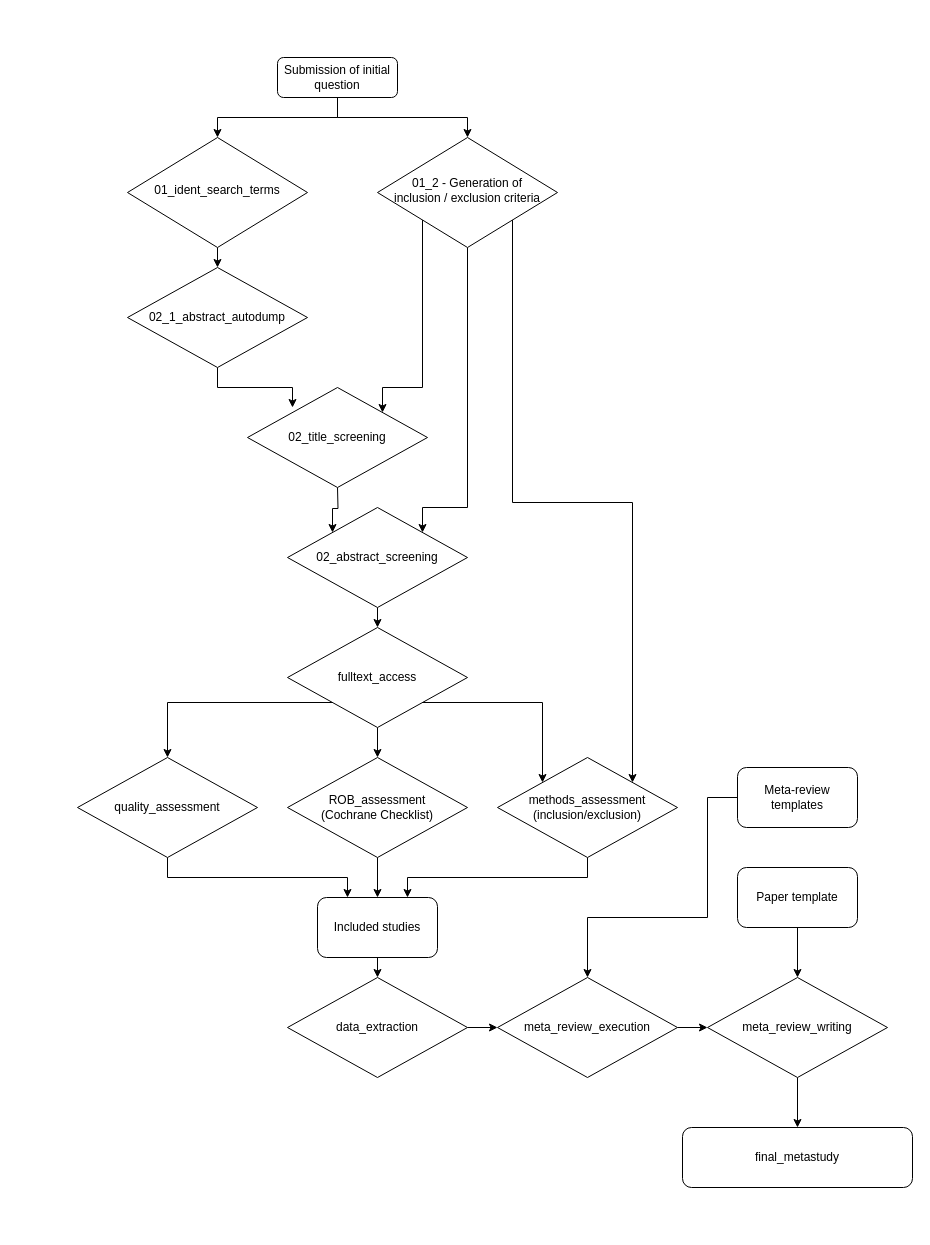
Earlier version of the draw.io diagram Flowchart.drawio (StudentNOS/MA-LLM). Source tidied: cells renumbered, new cells numbered last; positions are measured from the earlier drawing's top-left corner, leaving out a move shared by most shapes. Both pictures are drawn from the tidied source at 100%, with x=0, y=0 at pixel (77, 57).
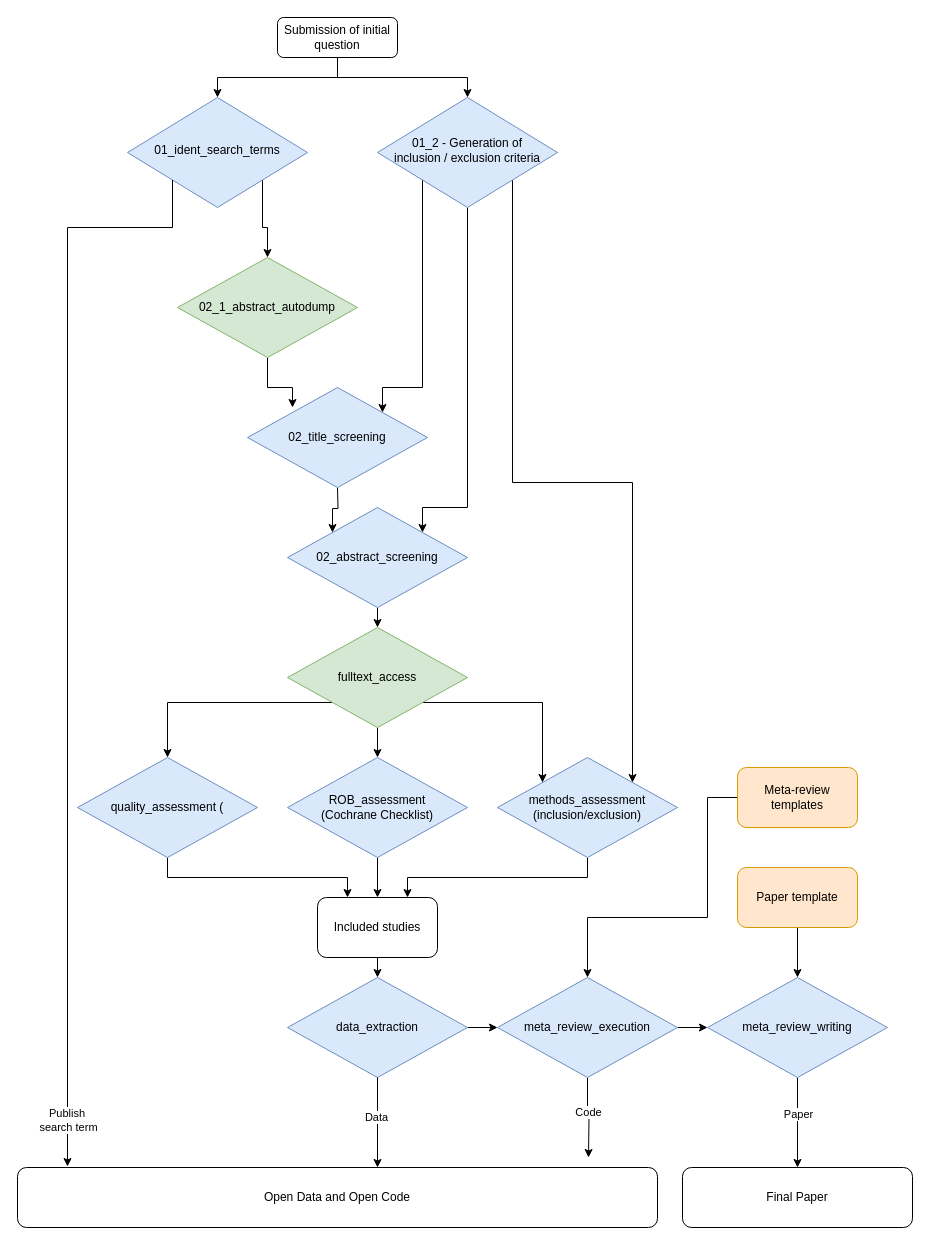
Above is the later version.

The change refers to these unchanged cells:
```xml
<mxCell id="33" style="edgeStyle=orthogonalEdgeStyle;rounded=0;jettySize=auto;html=1;exitX=0.5;exitY=1;exitDx=0;exitDy=0;entryX=0.5;entryY=0;entryDx=0;entryDy=0;" parent="1" edge="1" source="34" target="39">
  <mxGeometry relative="1" as="geometry" />
</mxCell>
```

The edit, as a diff of the source:
```diff
@@
     <mxCell id="4" value="Submission of initial question" style="rounded=1;whiteSpace=wrap;html=1;fontSize=12;glass=0;strokeWidth=1;shadow=0;" parent="1" vertex="1">
-      <mxGeometry x="200" width="120" height="40" as="geometry" />
+      <mxGeometry x="200" y="-40" width="120" height="40" as="geometry" />
     </mxCell>
-    <mxCell id="5" style="edgeStyle=orthogonalEdgeStyle;rounded=0;jettySize=auto;html=1;exitX=0.5;exitY=1;exitDx=0;exitDy=0;entryX=0.5;entryY=0;entryDx=0;entryDy=0;" parent="1" edge="1" source="6" target="12">
-      <mxGeometry relative="1" as="geometry" />
+    <mxCell id="5" style="edgeStyle=orthogonalEdgeStyle;rounded=0;jettySize=auto;html=1;exitX=1;exitY=1;exitDx=0;exitDy=0;entryX=0.5;entryY=0;entryDx=0;entryDy=0;" parent="1" edge="1" source="6" target="12">
+      <mxGeometry relative="1" as="geometry">
+        <Array as="points">
+          <mxPoint x="185" y="170" />
+          <mxPoint x="190" y="170" />
+        </Array>
+      </mxGeometry>
     </mxCell>
-    <mxCell id="6" value="01_ident_search_terms" style="rhombus;whiteSpace=wrap;html=1;shadow=0;fontFamily=Helvetica;fontSize=12;align=center;strokeWidth=1;spacing=6;spacingTop=-4;" parent="1" vertex="1">
-      <mxGeometry x="50" y="80" width="180" height="110" as="geometry" />
+    <mxCell id="6" value="01_ident_search_terms" style="rhombus;whiteSpace=wrap;html=1;shadow=0;fontFamily=Helvetica;fontSize=12;align=center;strokeWidth=1;spacing=6;spacingTop=-4;fillColor=#dae8fc;strokeColor=#6c8ebf;" parent="1" vertex="1">
+      <mxGeometry x="50" y="40" width="180" height="110" as="geometry" />
     </mxCell>
@@
-    <mxCell id="10" value="01_2 - Generation of &lt;br&gt;inclusion / exclusion criteria" style="rhombus;whiteSpace=wrap;html=1;shadow=0;fontFamily=Helvetica;fontSize=12;align=center;strokeWidth=1;spacing=6;spacingTop=-4;" parent="1" vertex="1">
-      <mxGeometry x="300" y="80" width="180" height="110" as="geometry" />
+    <mxCell id="10" value="01_2 - Generation of &lt;br&gt;inclusion / exclusion criteria" style="rhombus;whiteSpace=wrap;html=1;shadow=0;fontFamily=Helvetica;fontSize=12;align=center;strokeWidth=1;spacing=6;spacingTop=-4;fillColor=#dae8fc;strokeColor=#6c8ebf;" parent="1" vertex="1">
+      <mxGeometry x="300" y="40" width="180" height="110" as="geometry" />
     </mxCell>
     <mxCell id="11" style="edgeStyle=orthogonalEdgeStyle;rounded=0;jettySize=auto;html=1;exitX=0.5;exitY=1;exitDx=0;exitDy=0;entryX=0.25;entryY=0.2;entryDx=0;entryDy=0;entryPerimeter=0;" parent="1" edge="1" source="12" target="20">
       <mxGeometry relative="1" as="geometry">
         <Array as="points">
-          <mxPoint x="140" y="330" />
+          <mxPoint x="190" y="330" />
           <mxPoint x="215" y="330" />
         </Array>
       </mxGeometry>
     </mxCell>
-    <mxCell id="12" value="02_1_abstract_autodump" style="rhombus;whiteSpace=wrap;html=1;" parent="1" vertex="1">
-      <mxGeometry x="50" y="210" width="180" height="100" as="geometry" />
+    <mxCell id="12" value="02_1_abstract_autodump" style="rhombus;whiteSpace=wrap;html=1;fillColor=#d5e8d4;strokeColor=#82b366;" parent="1" vertex="1">
+      <mxGeometry x="100" y="200" width="180" height="100" as="geometry" />
     </mxCell>
@@
-    <mxCell id="14" value="02_abstract_screening" style="rhombus;whiteSpace=wrap;html=1;" parent="1" vertex="1">
+    <mxCell id="14" value="02_abstract_screening" style="rhombus;whiteSpace=wrap;html=1;fillColor=#dae8fc;strokeColor=#6c8ebf;" parent="1" vertex="1">
       <mxGeometry x="210" y="450" width="180" height="100" as="geometry" />
     </mxCell>
@@
-    <mxCell id="16" value="quality_assessment" style="rhombus;whiteSpace=wrap;html=1;" parent="1" vertex="1">
+    <mxCell id="16" value="quality_assessment (" style="rhombus;whiteSpace=wrap;html=1;fillColor=#dae8fc;strokeColor=#6c8ebf;" parent="1" vertex="1">
       <mxGeometry y="700" width="180" height="100" as="geometry" />
     </mxCell>
@@
-    <mxCell id="18" value="ROB_assessment &lt;br&gt;(Cochrane Checklist)" style="rhombus;whiteSpace=wrap;html=1;" parent="1" vertex="1">
+    <mxCell id="18" value="ROB_assessment &lt;br&gt;(Cochrane Checklist)" style="rhombus;whiteSpace=wrap;html=1;fillColor=#dae8fc;strokeColor=#6c8ebf;" parent="1" vertex="1">
       <mxGeometry x="210" y="700" width="180" height="100" as="geometry" />
     </mxCell>
@@
-    <mxCell id="20" value="02_title_screening" style="rhombus;whiteSpace=wrap;html=1;" parent="1" vertex="1">
+    <mxCell id="20" value="02_title_screening" style="rhombus;whiteSpace=wrap;html=1;fillColor=#dae8fc;strokeColor=#6c8ebf;" parent="1" vertex="1">
       <mxGeometry x="170" y="330" width="180" height="100" as="geometry" />
     </mxCell>
@@
-    <mxCell id="24" value="fulltext_access" style="rhombus;whiteSpace=wrap;html=1;" parent="1" vertex="1">
+    <mxCell id="24" value="fulltext_access" style="rhombus;whiteSpace=wrap;html=1;fillColor=#d5e8d4;strokeColor=#82b366;" parent="1" vertex="1">
       <mxGeometry x="210" y="570" width="180" height="100" as="geometry" />
     </mxCell>
@@
-    <mxCell id="26" value="methods_assessment&lt;br&gt;(inclusion/exclusion)" style="rhombus;whiteSpace=wrap;html=1;" parent="1" vertex="1">
+    <mxCell id="26" value="methods_assessment&lt;br&gt;(inclusion/exclusion)" style="rhombus;whiteSpace=wrap;html=1;fillColor=#dae8fc;strokeColor=#6c8ebf;" parent="1" vertex="1">
       <mxGeometry x="420" y="700" width="180" height="100" as="geometry" />
     </mxCell>
@@
-    <mxCell id="30" value="data_extraction" style="rhombus;whiteSpace=wrap;html=1;" parent="1" vertex="1">
+    <mxCell id="30" value="data_extraction" style="rhombus;whiteSpace=wrap;html=1;fillColor=#dae8fc;strokeColor=#6c8ebf;" parent="1" vertex="1">
       <mxGeometry x="210" y="920" width="180" height="100" as="geometry" />
     </mxCell>
@@
+    <mxCell id="40" style="edgeStyle=orthogonalEdgeStyle;rounded=0;jettySize=auto;html=1;exitX=0.5;exitY=1;exitDx=0;exitDy=0;" parent="1" edge="1" source="32">
+      <mxGeometry relative="1" as="geometry">
+        <mxPoint x="511" y="1100" as="targetPoint" />
+      </mxGeometry>
+    </mxCell>
+    <mxCell id="41" value="Code" style="edgeLabel;html=1;align=center;verticalAlign=middle;" parent="40" vertex="1">
+      <mxGeometry x="-0.16" relative="1" as="geometry" />
+    </mxCell>
-    <mxCell id="32" value="meta_review_execution" style="rhombus;whiteSpace=wrap;html=1;" parent="1" vertex="1">
+    <mxCell id="32" value="meta_review_execution" style="rhombus;whiteSpace=wrap;html=1;fillColor=#dae8fc;strokeColor=#6c8ebf;" parent="1" vertex="1">
       <mxGeometry x="420" y="920" width="180" height="100" as="geometry" />
     </mxCell>
@@
+    <mxCell id="42" value="Paper" style="edgeLabel;html=1;align=center;verticalAlign=middle;" parent="33" vertex="1">
+      <mxGeometry x="-0.21" relative="1" as="geometry" />
+    </mxCell>
-    <mxCell id="34" value="meta_review_writing" style="rhombus;whiteSpace=wrap;html=1;" parent="1" vertex="1">
+    <mxCell id="34" value="meta_review_writing" style="rhombus;whiteSpace=wrap;html=1;fillColor=#dae8fc;strokeColor=#6c8ebf;" parent="1" vertex="1">
       <mxGeometry x="630" y="920" width="180" height="100" as="geometry" />
     </mxCell>
@@
-    <mxCell id="36" value="Meta-review templates" style="rounded=1;whiteSpace=wrap;html=1;" parent="1" vertex="1">
+    <mxCell id="36" value="Meta-review templates" style="rounded=1;whiteSpace=wrap;html=1;fillColor=#ffe6cc;strokeColor=#d79b00;" parent="1" vertex="1">
       <mxGeometry x="660" y="710" width="120" height="60" as="geometry" />
     </mxCell>
@@
-    <mxCell id="38" value="Paper template" style="rounded=1;whiteSpace=wrap;html=1;" parent="1" vertex="1">
+    <mxCell id="38" value="Paper template" style="rounded=1;whiteSpace=wrap;html=1;fillColor=#ffe6cc;strokeColor=#d79b00;" parent="1" vertex="1">
       <mxGeometry x="660" y="810" width="120" height="60" as="geometry" />
     </mxCell>
-    <mxCell id="39" value="final_metastudy" style="rounded=1;whiteSpace=wrap;html=1;" parent="1" vertex="1">
-      <mxGeometry x="605" y="1070" width="230" height="60" as="geometry" />
+    <mxCell id="39" value="Final Paper" style="rounded=1;whiteSpace=wrap;html=1;" parent="1" vertex="1">
+      <mxGeometry x="605" y="1110" width="230" height="60" as="geometry" />
     </mxCell>
+    <mxCell id="43" value="Open Data and Open Code" style="rounded=1;whiteSpace=wrap;html=1;" parent="1" vertex="1">
+      <mxGeometry x="-60" y="1110" width="640" height="60" as="geometry" />
+    </mxCell>
+    <mxCell id="44" style="edgeStyle=orthogonalEdgeStyle;rounded=0;jettySize=auto;html=1;exitX=0.5;exitY=1;exitDx=0;exitDy=0;" parent="1" edge="1" source="30">
+      <mxGeometry relative="1" as="geometry">
+        <mxPoint x="300" y="1110" as="targetPoint" />
+        <Array as="points">
+          <mxPoint x="300" y="1110" />
+        </Array>
+      </mxGeometry>
+    </mxCell>
+    <mxCell id="45" value="Data" style="edgeLabel;html=1;align=center;verticalAlign=middle;" parent="44" vertex="1">
+      <mxGeometry x="-0.13" y="-2" relative="1" as="geometry" />
+    </mxCell>
+    <mxCell id="46" style="edgeStyle=orthogonalEdgeStyle;rounded=0;jettySize=auto;html=1;exitX=0;exitY=1;exitDx=0;exitDy=0;" parent="1" edge="1" source="6">
+      <mxGeometry relative="1" as="geometry">
+        <mxPoint x="-10" y="1109" as="targetPoint" />
+        <Array as="points">
+          <mxPoint x="95" y="170" />
+          <mxPoint x="-10" y="170" />
+        </Array>
+      </mxGeometry>
+    </mxCell>
+    <mxCell id="47" value="Publish&amp;nbsp;&lt;br&gt;search term" style="edgeLabel;html=1;align=center;verticalAlign=middle;" parent="46" vertex="1">
+      <mxGeometry x="-0.59" y="4" relative="1" as="geometry">
+        <mxPoint x="-4" y="821" as="offset" />
+      </mxGeometry>
+    </mxCell>
```
